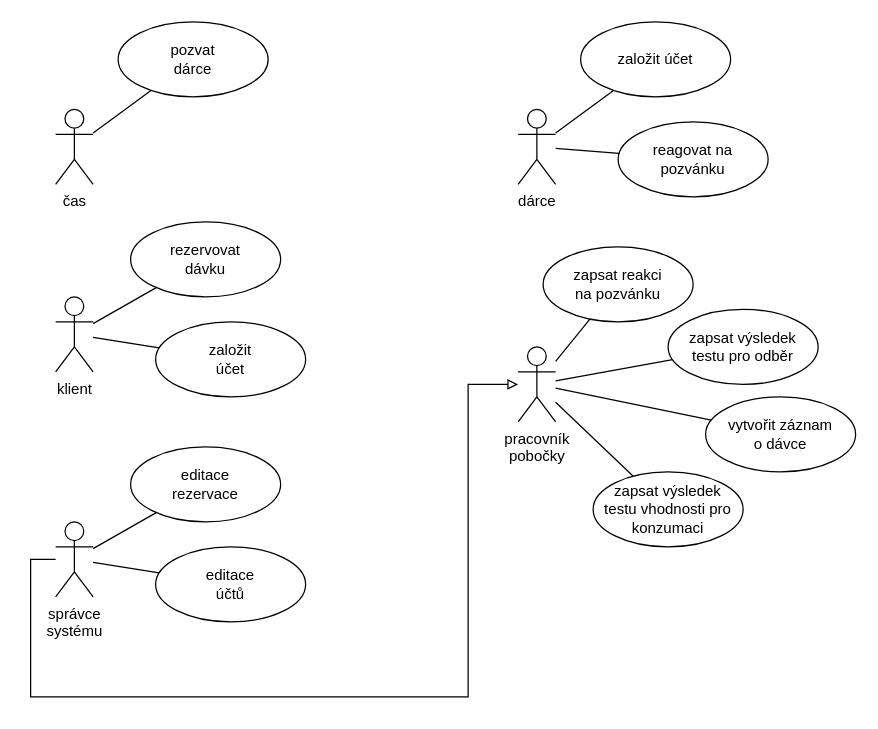
Above: use-case/use-case-diagram.drawio in xhobza03/ius-projekt1 (draw.io), before the change. Source tidied: cells renumbered, new cells numbered last; positions are measured from the earlier drawing's top-left corner, leaving out a move shared by most shapes. Both pictures are drawn from the tidied source at 125%, with x=0, y=0 at pixel (30, 21).
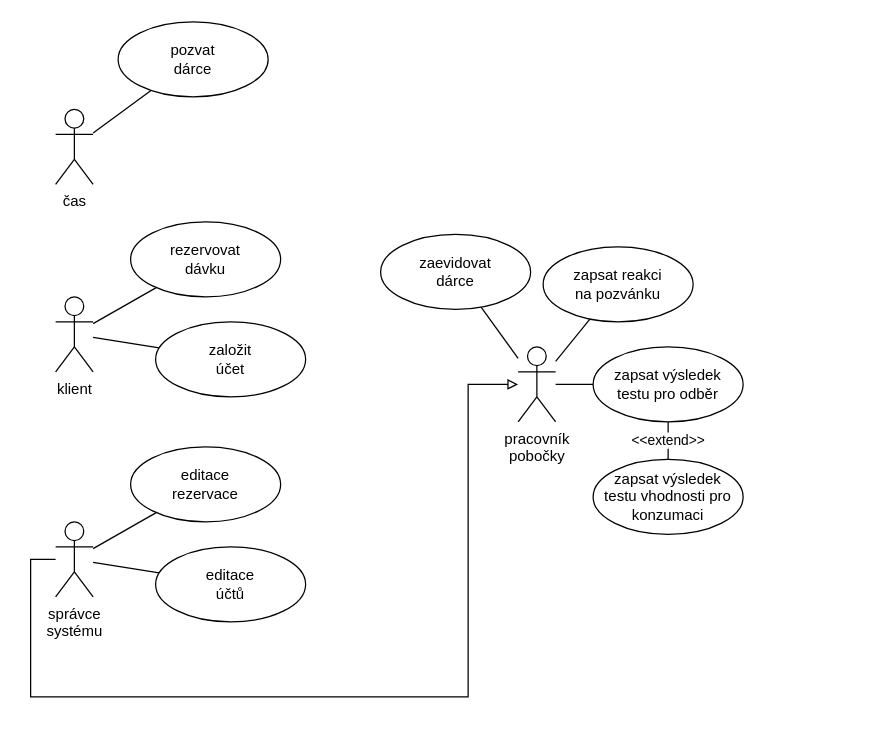
After the change.

The change refers to these unchanged cells:
```xml
<mxCell id="20" value="pracovník&lt;br&gt;pobočky" style="shape=umlActor;verticalLabelPosition=bottom;verticalAlign=top;html=1;outlineConnect=0;" parent="1" vertex="1">
  <mxGeometry x="390" y="260" width="30" height="60" as="geometry" />
</mxCell>
```

What changed in the source:
```diff
@@
-    <mxCell id="18" style="edgeStyle=none;rounded=0;jettySize=auto;html=1;endArrow=none;endFill=0;" parent="1" edge="1" source="20" target="23">
-      <mxGeometry relative="1" as="geometry" />
-    </mxCell>
-    <mxCell id="19" style="edgeStyle=none;rounded=0;jettySize=auto;html=1;endArrow=none;endFill=0;" parent="1" edge="1" source="20" target="24">
-      <mxGeometry relative="1" as="geometry" />
-    </mxCell>
@@
+    <mxCell id="30" value="&amp;lt;&amp;lt;extend&amp;gt;&amp;gt;" style="rounded=0;jettySize=auto;html=1;endArrow=none;endFill=0;" parent="1" edge="1" source="22" target="24">
+      <mxGeometry relative="1" as="geometry" />
+    </mxCell>
     <mxCell id="22" value="zapsat výsledek&lt;br&gt;testu pro odběr" style="ellipse;whiteSpace=wrap;html=1;verticalAlign=middle;" parent="1" vertex="1">
-      <mxGeometry x="510" y="230" width="120" height="60" as="geometry" />
+      <mxGeometry x="450" y="260" width="120" height="60" as="geometry" />
     </mxCell>
-    <mxCell id="23" value="vytvořit záznam&lt;br&gt;o dávce" style="ellipse;whiteSpace=wrap;html=1;verticalAlign=middle;" parent="1" vertex="1">
-      <mxGeometry x="540" y="300" width="120" height="60" as="geometry" />
-    </mxCell>
     <mxCell id="24" value="zapsat výsledek&lt;br&gt;testu vhodnosti pro&lt;br&gt;konzumaci" style="ellipse;whiteSpace=wrap;html=1;verticalAlign=middle;" parent="1" vertex="1">
-      <mxGeometry x="450" y="360" width="120" height="60" as="geometry" />
+      <mxGeometry x="450" y="350" width="120" height="60" as="geometry" />
     </mxCell>
-    <mxCell id="25" style="rounded=0;jettySize=auto;html=1;endArrow=none;endFill=0;" parent="1" edge="1" source="27" target="28">
+    <mxCell id="25" style="rounded=0;jettySize=auto;html=1;endArrow=none;endFill=0;" parent="1" edge="1" source="20" target="28">
       <mxGeometry relative="1" as="geometry" />
     </mxCell>
-    <mxCell id="26" style="edgeStyle=none;rounded=0;jettySize=auto;html=1;endArrow=none;endFill=0;" parent="1" edge="1" source="27" target="29">
-      <mxGeometry relative="1" as="geometry" />
-    </mxCell>
-    <mxCell id="27" value="dárce" style="shape=umlActor;verticalLabelPosition=bottom;verticalAlign=top;html=1;outlineConnect=0;" parent="1" vertex="1">
-      <mxGeometry x="390" y="70" width="30" height="60" as="geometry" />
-    </mxCell>
-    <mxCell id="28" value="založit účet" style="ellipse;whiteSpace=wrap;html=1;verticalAlign=middle;" parent="1" vertex="1">
-      <mxGeometry x="440" width="120" height="60" as="geometry" />
+    <mxCell id="28" value="zaevidovat&lt;br&gt;dárce" style="ellipse;whiteSpace=wrap;html=1;verticalAlign=middle;" parent="1" vertex="1">
+      <mxGeometry x="280" y="170" width="120" height="60" as="geometry" />
     </mxCell>
-    <mxCell id="29" value="reagovat na pozvánku" style="ellipse;whiteSpace=wrap;html=1;verticalAlign=middle;" parent="1" vertex="1">
-      <mxGeometry x="470" y="80" width="120" height="60" as="geometry" />
-    </mxCell>
```
